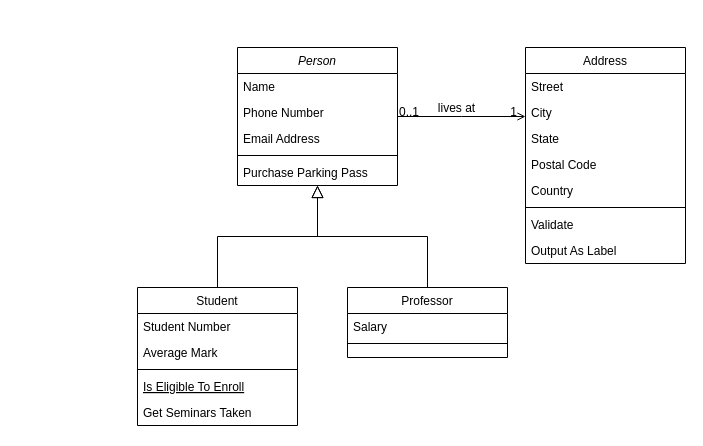
Earlier version of the draw.io diagram Диаграмма без названия.drawio (tweaklezzz/portfolio). Source tidied: cells renumbered, new cells numbered last; positions are measured from the earlier drawing's top-left corner, leaving out a move shared by most shapes. Both pictures are drawn from the tidied source at 100%, with x=0, y=0 at pixel (137, 47).
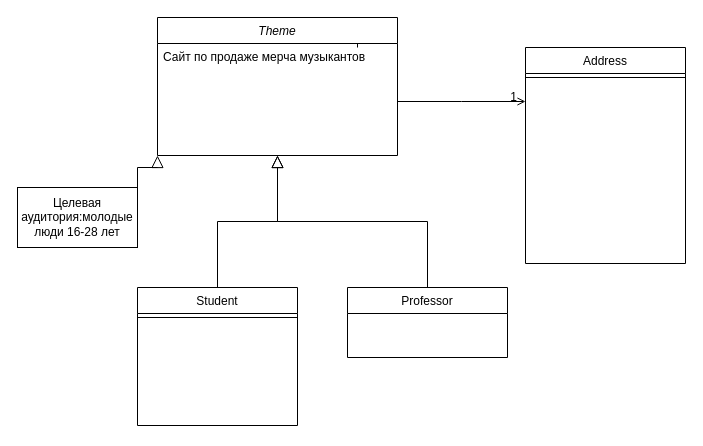
The same page after the edit.

Unchanged cells that the change refers to:
```xml
<mxCell id="8" value="Student" style="swimlane;fontStyle=0;align=center;verticalAlign=top;horizontal=1;startSize=26;rounded=0;shadow=0;strokeWidth=1;" parent="1" vertex="1">
  <mxGeometry y="240" width="160" height="138" as="geometry" />
</mxCell>
<mxCell id="15" value="Professor" style="swimlane;fontStyle=0;align=center;verticalAlign=top;horizontal=1;startSize=26;rounded=0;shadow=0;strokeWidth=1;" parent="1" vertex="1">
  <mxGeometry x="210" y="240" width="160" height="70" as="geometry" />
</mxCell>
<mxCell id="19" value="Address" style="swimlane;fontStyle=0;align=center;verticalAlign=top;horizontal=1;startSize=26;rounded=0;shadow=0;strokeWidth=1;" parent="1" vertex="1">
  <mxGeometry x="388" width="160" height="216" as="geometry" />
</mxCell>
<mxCell id="28" style="endArrow=open;shadow=0;strokeWidth=1;rounded=0;endFill=1;edgeStyle=elbowEdgeStyle;elbow=vertical;" parent="1" edge="1" source="2" target="19">
  <mxGeometry x="0.5" y="41" relative="1" as="geometry">
    <mxPoint x="-40" y="32" as="offset" />
  </mxGeometry>
</mxCell>
```

Diff of the diagram source:
```diff
@@
+    <mxCell id="32" style="edgeStyle=orthogonalEdgeStyle;rounded=0;orthogonalLoop=1;jettySize=auto;html=1;" parent="1" edge="1">
+      <mxGeometry relative="1" as="geometry">
+        <mxPoint x="220" as="sourcePoint" />
+        <mxPoint x="220" y="-20" as="targetPoint" />
+      </mxGeometry>
+    </mxCell>
-    <mxCell id="2" value="Person" style="swimlane;fontStyle=2;align=center;verticalAlign=top;horizontal=1;startSize=26;rounded=0;shadow=0;strokeWidth=1;" parent="1" vertex="1">
-      <mxGeometry x="100" width="160" height="138" as="geometry" />
+    <mxCell id="2" value="Theme" style="swimlane;fontStyle=2;align=center;verticalAlign=top;horizontal=1;startSize=26;rounded=0;shadow=0;strokeWidth=1;" parent="1" vertex="1">
+      <mxGeometry x="20" y="-30" width="240" height="138" as="geometry" />
     </mxCell>
+    <mxCell id="33" style="edgeStyle=orthogonalEdgeStyle;rounded=0;jettySize=auto;html=1;" parent="2" edge="1" source="3">
+      <mxGeometry relative="1" as="geometry">
+        <mxPoint x="240" y="51" as="targetPoint" />
+        <Array as="points">
+          <mxPoint x="220" y="60" />
+          <mxPoint x="240" y="60" />
+        </Array>
+      </mxGeometry>
+    </mxCell>
-    <mxCell id="3" value="Name" style="text;align=left;verticalAlign=top;spacingLeft=4;spacingRight=4;overflow=hidden;points=[[0,0.5],[1,0.5]];portConstraint=eastwest;" parent="2" vertex="1">
-      <mxGeometry y="26" width="160" height="26" as="geometry" />
+    <mxCell id="3" value="Сайт по продаже мерча музыкантов" style="text;align=left;verticalAlign=top;spacingLeft=4;spacingRight=4;overflow=hidden;points=[[0,0.5],[1,0.5]];portConstraint=eastwest;" parent="2" vertex="1">
+      <mxGeometry y="26" width="240" height="48" as="geometry" />
     </mxCell>
-    <mxCell id="4" value="Phone Number" style="text;align=left;verticalAlign=top;spacingLeft=4;spacingRight=4;overflow=hidden;rounded=0;shadow=0;html=0;" parent="2" vertex="1">
-      <mxGeometry y="52" width="160" height="26" as="geometry" />
-    </mxCell>
-    <mxCell id="5" value="Email Address" style="text;align=left;verticalAlign=top;spacingLeft=4;spacingRight=4;overflow=hidden;rounded=0;shadow=0;html=0;" parent="2" vertex="1">
-      <mxGeometry y="78" width="160" height="26" as="geometry" />
-    </mxCell>
-    <mxCell id="6" style="line;html=1;strokeWidth=1;align=left;verticalAlign=middle;spacingTop=-1;spacingLeft=3;spacingRight=3;labelPosition=right;" parent="2" vertex="1">
-      <mxGeometry y="104" width="160" height="8" as="geometry" />
-    </mxCell>
-    <mxCell id="7" value="Purchase Parking Pass" style="text;align=left;verticalAlign=top;spacingLeft=4;spacingRight=4;overflow=hidden;" parent="2" vertex="1">
-      <mxGeometry y="112" width="160" height="26" as="geometry" />
-    </mxCell>
@@
-    <mxCell id="9" value="Student Number" style="text;align=left;verticalAlign=top;spacingLeft=4;spacingRight=4;overflow=hidden;" parent="8" vertex="1">
-      <mxGeometry y="26" width="160" height="26" as="geometry" />
-    </mxCell>
-    <mxCell id="10" value="Average Mark" style="text;align=left;verticalAlign=top;spacingLeft=4;spacingRight=4;overflow=hidden;rounded=0;shadow=0;html=0;" parent="8" vertex="1">
-      <mxGeometry y="52" width="160" height="26" as="geometry" />
-    </mxCell>
     <mxCell id="11" style="line;html=1;strokeWidth=1;align=left;verticalAlign=middle;spacingTop=-1;spacingLeft=3;spacingRight=3;labelPosition=right;" parent="8" vertex="1">
-      <mxGeometry y="78" width="160" height="8" as="geometry" />
+      <mxGeometry y="26" width="160" height="8" as="geometry" />
     </mxCell>
-    <mxCell id="12" value="Is Eligible To Enroll" style="text;align=left;verticalAlign=top;spacingLeft=4;spacingRight=4;overflow=hidden;fontStyle=4;" parent="8" vertex="1">
-      <mxGeometry y="86" width="160" height="26" as="geometry" />
-    </mxCell>
-    <mxCell id="13" value="Get Seminars Taken" style="text;align=left;verticalAlign=top;spacingLeft=4;spacingRight=4;overflow=hidden;" parent="8" vertex="1">
-      <mxGeometry y="112" width="160" height="26" as="geometry" />
-    </mxCell>
@@
-    <mxCell id="16" value="Salary" style="text;align=left;verticalAlign=top;spacingLeft=4;spacingRight=4;overflow=hidden;" parent="15" vertex="1">
-      <mxGeometry y="26" width="160" height="26" as="geometry" />
-    </mxCell>
-    <mxCell id="17" style="line;html=1;strokeWidth=1;align=left;verticalAlign=middle;spacingTop=-1;spacingLeft=3;spacingRight=3;labelPosition=right;" parent="15" vertex="1">
-      <mxGeometry y="52" width="160" height="8" as="geometry" />
-    </mxCell>
@@
-    <mxCell id="20" value="Street" style="text;align=left;verticalAlign=top;spacingLeft=4;spacingRight=4;overflow=hidden;" parent="19" vertex="1">
-      <mxGeometry y="26" width="160" height="26" as="geometry" />
-    </mxCell>
-    <mxCell id="21" value="City" style="text;align=left;verticalAlign=top;spacingLeft=4;spacingRight=4;overflow=hidden;rounded=0;shadow=0;html=0;" parent="19" vertex="1">
-      <mxGeometry y="52" width="160" height="26" as="geometry" />
-    </mxCell>
-    <mxCell id="22" value="State" style="text;align=left;verticalAlign=top;spacingLeft=4;spacingRight=4;overflow=hidden;rounded=0;shadow=0;html=0;" parent="19" vertex="1">
-      <mxGeometry y="78" width="160" height="26" as="geometry" />
-    </mxCell>
-    <mxCell id="23" value="Postal Code" style="text;align=left;verticalAlign=top;spacingLeft=4;spacingRight=4;overflow=hidden;rounded=0;shadow=0;html=0;" parent="19" vertex="1">
-      <mxGeometry y="104" width="160" height="26" as="geometry" />
-    </mxCell>
-    <mxCell id="24" value="Country" style="text;align=left;verticalAlign=top;spacingLeft=4;spacingRight=4;overflow=hidden;rounded=0;shadow=0;html=0;" parent="19" vertex="1">
-      <mxGeometry y="130" width="160" height="26" as="geometry" />
-    </mxCell>
     <mxCell id="25" style="line;html=1;strokeWidth=1;align=left;verticalAlign=middle;spacingTop=-1;spacingLeft=3;spacingRight=3;labelPosition=right;" parent="19" vertex="1">
-      <mxGeometry y="156" width="160" height="8" as="geometry" />
+      <mxGeometry y="26" width="160" height="8" as="geometry" />
     </mxCell>
-    <mxCell id="26" value="Validate" style="text;align=left;verticalAlign=top;spacingLeft=4;spacingRight=4;overflow=hidden;" parent="19" vertex="1">
-      <mxGeometry y="164" width="160" height="26" as="geometry" />
-    </mxCell>
-    <mxCell id="27" value="Output As Label" style="text;align=left;verticalAlign=top;spacingLeft=4;spacingRight=4;overflow=hidden;" parent="19" vertex="1">
-      <mxGeometry y="190" width="160" height="26" as="geometry" />
-    </mxCell>
@@
-    <mxCell id="29" value="0..1" style="align=left;verticalAlign=bottom;labelBackgroundColor=none;fontSize=12;" parent="28" vertex="1">
-      <mxGeometry x="-1" relative="1" as="geometry">
-        <mxPoint y="4" as="offset" />
-      </mxGeometry>
-    </mxCell>
@@
-    <mxCell id="31" value="lives at" style="text;html=1;align=center;verticalAlign=middle;labelBackgroundColor=none;rounded=0;shadow=0;strokeWidth=1;fontSize=12;" parent="28" vertex="1">
-      <mxGeometry x="0.5" y="49" relative="1" as="geometry">
-        <mxPoint x="-38" y="40" as="offset" />
-      </mxGeometry>
-    </mxCell>
+    <mxCell id="34" value="Целевая аудитория:молодые люди 16-28 лет" style="rounded=0;whiteSpace=wrap;html=1;" parent="1" vertex="1">
+      <mxGeometry x="-120" y="140" width="120" height="60" as="geometry" />
+    </mxCell>
+    <mxCell id="35" style="endArrow=block;endSize=10;endFill=0;shadow=0;strokeWidth=1;rounded=0;edgeStyle=elbowEdgeStyle;elbow=vertical;entryX=0;entryY=1;entryDx=0;entryDy=0;exitX=1;exitY=0;exitDx=0;exitDy=0;" parent="1" edge="1" source="34" target="2">
+      <mxGeometry relative="1" as="geometry">
+        <Array as="points">
+          <mxPoint x="-10" y="120" />
+        </Array>
+      </mxGeometry>
+    </mxCell>
```
